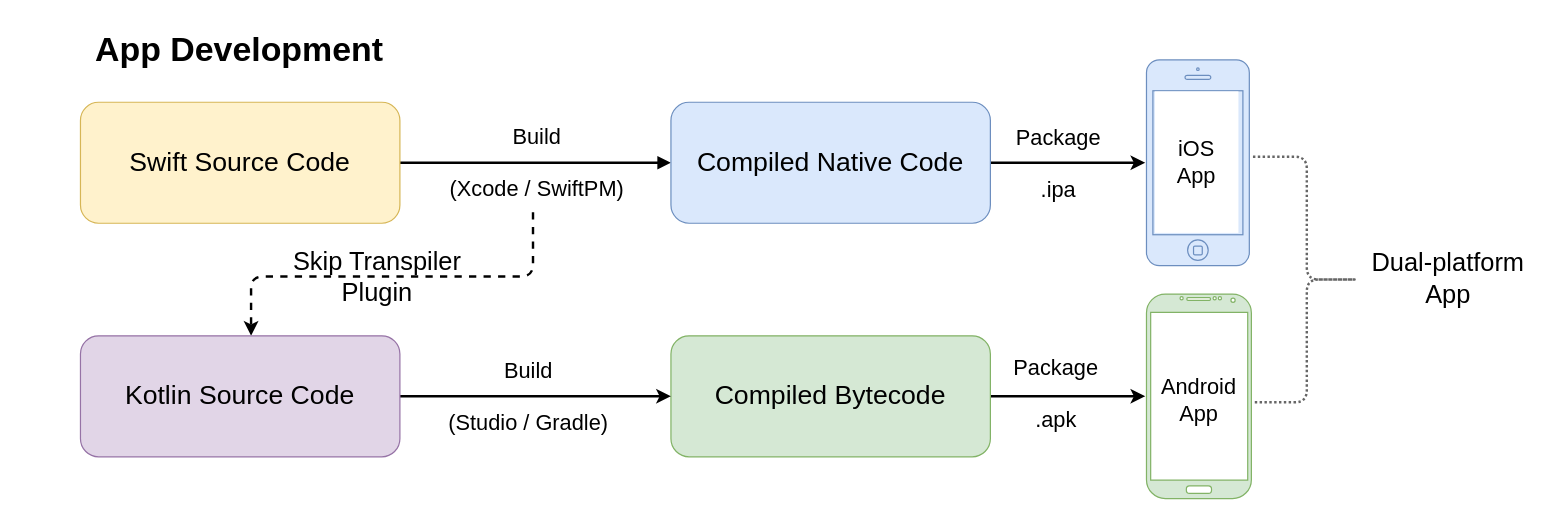
The draw.io diagram page "app" (1 of 3) of diagrams/skip-diagrams.drawio in skiptools/assets.skip.tools, before the edit. Source tidied: cells renumbered, new cells numbered last; positions are measured from the earlier drawing's top-left corner, leaving out a move shared by most shapes. Both pictures are drawn from the tidied source at 121%, with x=0, y=0 at pixel (19, 30).
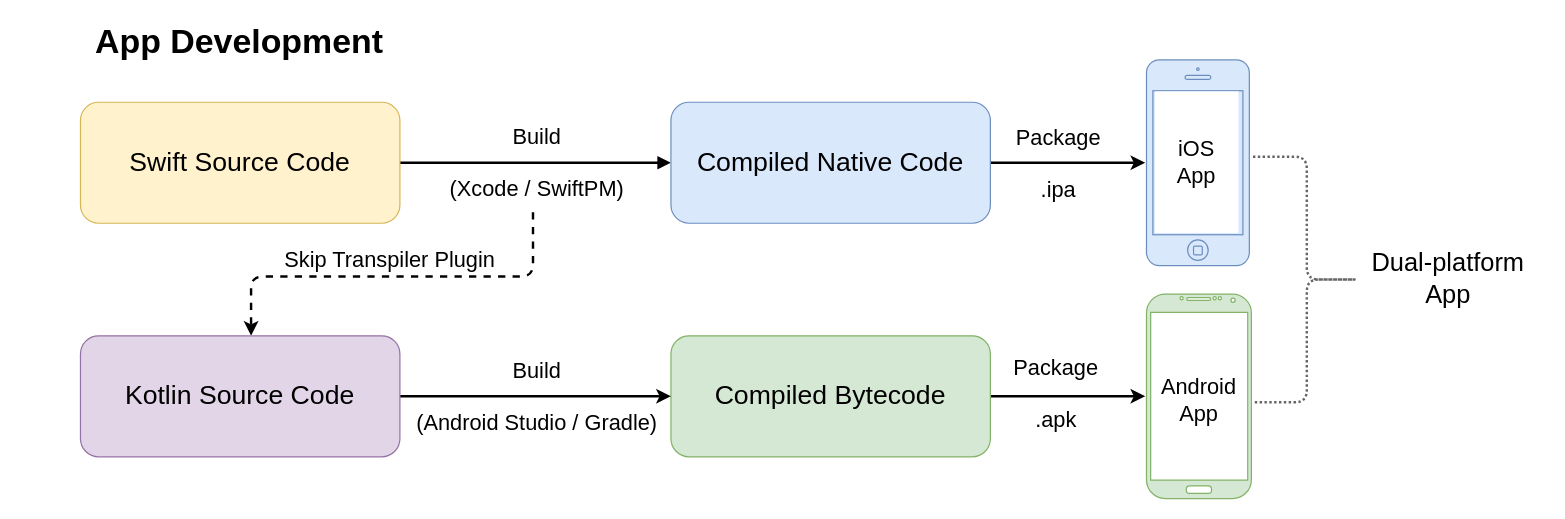
The same diagram, later.

Unchanged cells that the change refers to:
```xml
<mxCell id="4" style="edgeStyle=orthogonalEdgeStyle;rounded=1;orthogonalLoop=1;jettySize=auto;html=1;entryX=0.5;entryY=0;entryDx=0;entryDy=0;curved=0;dashed=1;strokeWidth=2;" parent="1" edge="1">
  <mxGeometry relative="1" as="geometry">
    <mxPoint x="424" y="150" as="sourcePoint" />
    <mxPoint x="191" y="252" as="targetPoint" />
    <Array as="points">
      <mxPoint x="191" y="203" />
    </Array>
  </mxGeometry>
</mxCell>
<mxCell id="13" style="edgeStyle=orthogonalEdgeStyle;rounded=0;jettySize=auto;html=1;exitX=1;exitY=0.5;exitDx=0;exitDy=0;entryX=0;entryY=0.5;entryDx=0;entryDy=0;strokeWidth=2;" parent="1" edge="1" source="15" target="12">
  <mxGeometry relative="1" as="geometry" />
</mxCell>
```

Change to the diagram source:
```diff
@@
-    <mxCell id="5" value="&lt;span style=&quot;font-weight: normal;&quot;&gt;&amp;nbsp;Skip Transpiler&amp;nbsp;&lt;br&gt;Plugin&lt;/span&gt;" style="edgeLabel;html=1;align=center;verticalAlign=middle;fontSize=21;fontStyle=1;labelBackgroundColor=none;" parent="4" vertex="1">
+    <mxCell id="5" value="&lt;span style=&quot;font-weight: normal; font-size: 18px;&quot;&gt;&amp;nbsp;Skip Transpiler Plugin&lt;/span&gt;" style="edgeLabel;html=1;align=center;verticalAlign=middle;fontSize=18;fontStyle=1;labelBackgroundColor=none;" parent="4" vertex="1">
       <mxGeometry x="0.09" relative="1" as="geometry">
-        <mxPoint y="-1" as="offset" />
+        <mxPoint x="8" y="-14" as="offset" />
       </mxGeometry>
     </mxCell>
@@
-    <mxCell id="14" value="Build&lt;br&gt;&lt;br style=&quot;font-size: 18px;&quot;&gt;(Studio / Gradle)" style="edgeLabel;html=1;align=center;verticalAlign=middle;fontSize=18;labelBackgroundColor=none;" parent="13" vertex="1">
+    <mxCell id="14" value="Build&lt;br&gt;&lt;br style=&quot;font-size: 18px;&quot;&gt;(Android Studio / Gradle)" style="edgeLabel;html=1;align=center;verticalAlign=middle;fontSize=18;labelBackgroundColor=none;" parent="13" vertex="1">
       <mxGeometry x="-0.25" y="1" relative="1" as="geometry">
-        <mxPoint x="21" y="1" as="offset" />
+        <mxPoint x="28" y="1" as="offset" />
       </mxGeometry>
     </mxCell>
@@
     <mxCell id="16" value="App Development" style="text;strokeColor=none;align=center;fillColor=none;html=1;verticalAlign=middle;whiteSpace=wrap;rounded=0;fontSize=28;fontStyle=1;" parent="1" vertex="1">
-      <mxGeometry x="0.3" width="363.4" height="30" as="geometry" />
+      <mxGeometry x="0.3" y="-6" width="363.4" height="30" as="geometry" />
     </mxCell>
```
